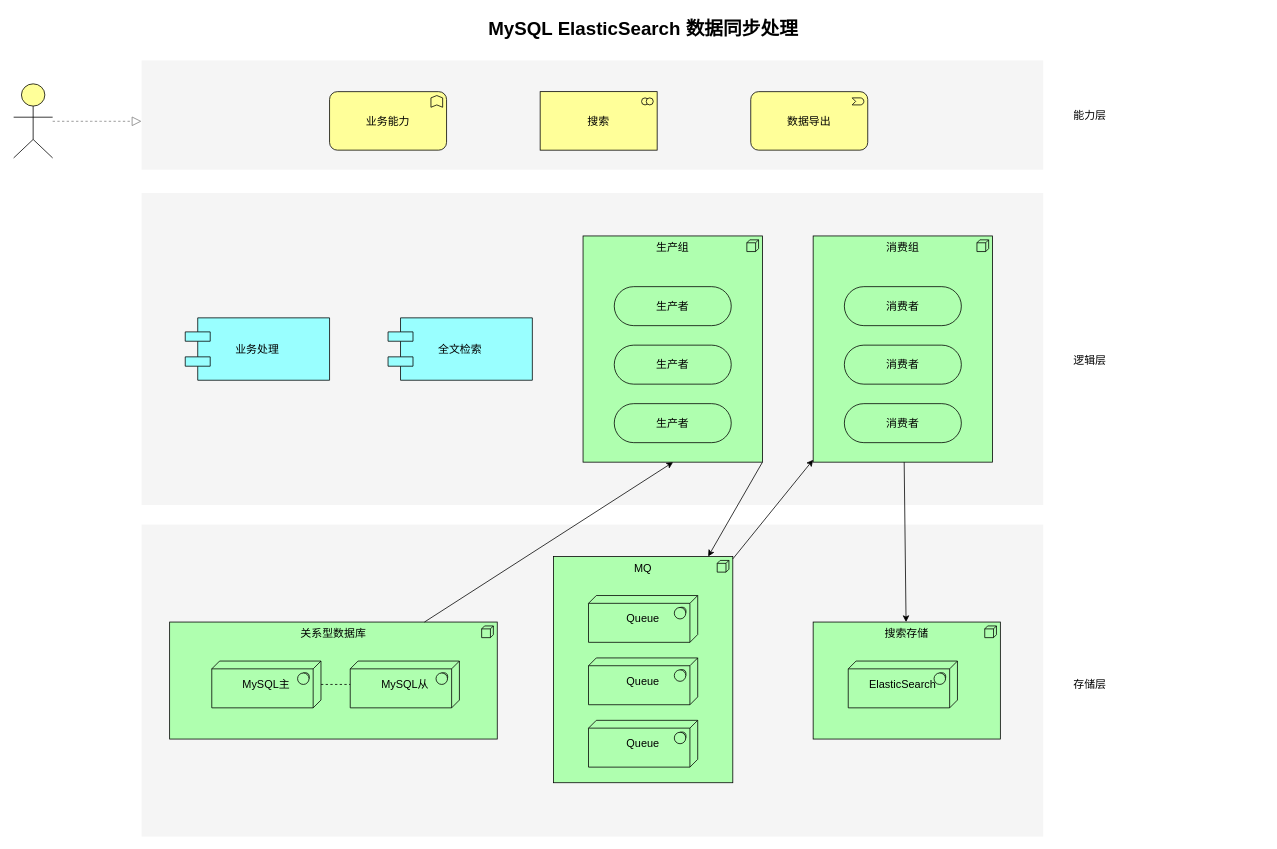
Earlier version of the draw.io diagram ElasticSearch MySQL Sync.drawio (eden2f/diagrams). Source tidied: cells renumbered, new cells numbered last; positions are measured from the earlier drawing's top-left corner, leaving out a move shared by most shapes. Both pictures are drawn from the tidied source at 78%, with x=0, y=0 at pixel (13, 13).
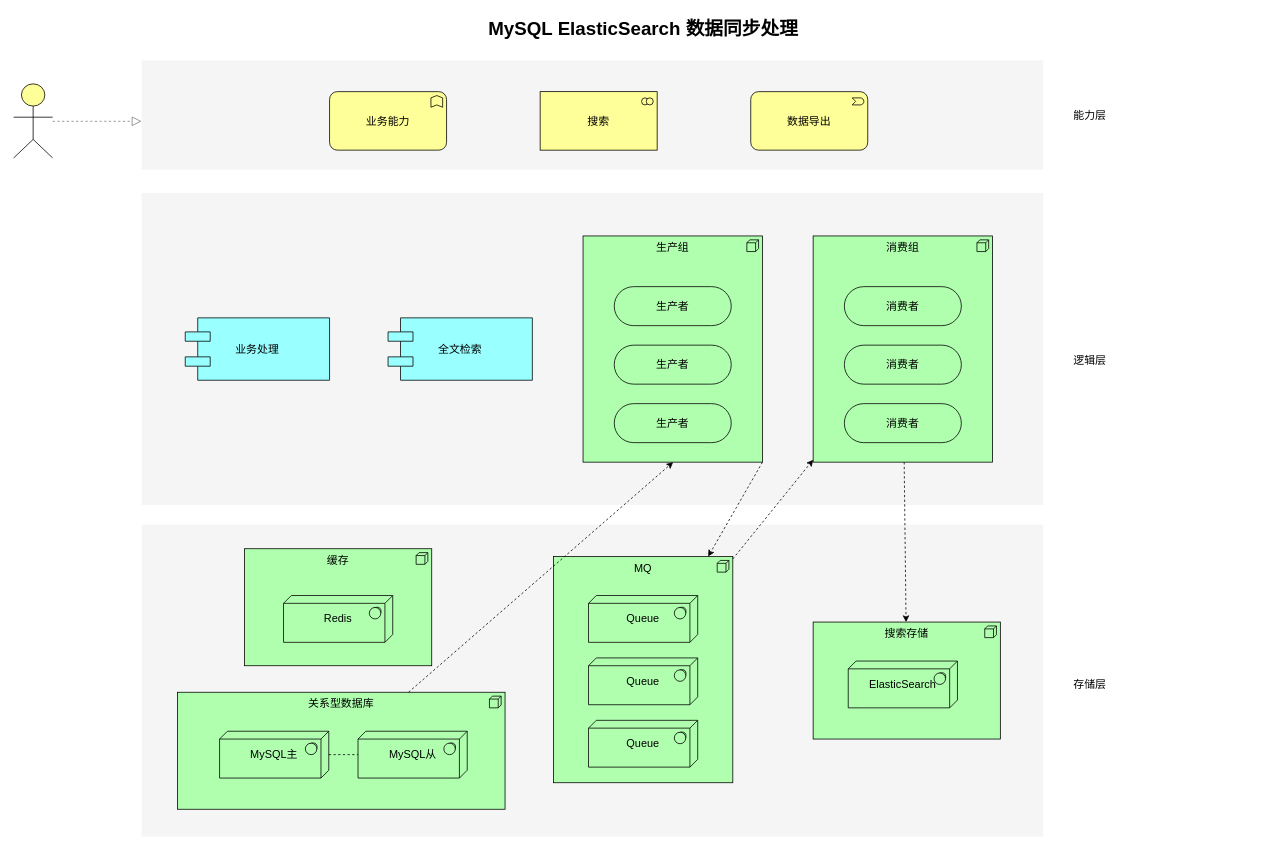
After the change.

Unchanged cells that the change refers to:
```xml
<mxCell id="4" value="消费组" style="html=1;whiteSpace=wrap;shape=mxgraph.archimate3.application;appType=node;archiType=square;fontSize=14;verticalAlign=top;fillColor=#AFFFAF;" parent="1" vertex="1">
  <mxGeometry x="1025" y="285" width="230" height="290" as="geometry" />
</mxCell>
<mxCell id="5" value="搜索存储" style="html=1;whiteSpace=wrap;fillColor=#AFFFAF;shape=mxgraph.archimate3.application;appType=node;archiType=square;fontSize=14;verticalAlign=top;" parent="1" vertex="1">
  <mxGeometry x="1025" y="780" width="240" height="150" as="geometry" />
</mxCell>
<mxCell id="22" value="MQ" style="html=1;whiteSpace=wrap;fillColor=#AFFFAF;shape=mxgraph.archimate3.application;appType=node;archiType=square;fontSize=14;verticalAlign=top;" parent="1" vertex="1">
  <mxGeometry x="692" y="696" width="230" height="290" as="geometry" />
</mxCell>
<mxCell id="29" value="生产组" style="html=1;whiteSpace=wrap;shape=mxgraph.archimate3.application;appType=node;archiType=square;fontSize=14;verticalAlign=top;fillColor=#AFFFAF;" parent="1" vertex="1">
  <mxGeometry x="730" y="285" width="230" height="290" as="geometry" />
</mxCell>
```

What changed in the source:
```diff
@@
     <mxCell id="7" value="关系型数据库" style="html=1;whiteSpace=wrap;fillColor=#AFFFAF;shape=mxgraph.archimate3.application;appType=node;archiType=square;fontSize=14;verticalAlign=top;" parent="1" vertex="1">
-      <mxGeometry x="200" y="780" width="420" height="150" as="geometry" />
+      <mxGeometry x="210" y="870" width="420" height="150" as="geometry" />
     </mxCell>
     <mxCell id="8" value="&lt;div&gt;&lt;/div&gt;MySQL主" style="html=1;whiteSpace=wrap;fillColor=#AFFFAF;shape=mxgraph.archimate3.tech;techType=sysSw;fontSize=14;" parent="1" vertex="1">
-      <mxGeometry x="254" y="830" width="140" height="60" as="geometry" />
+      <mxGeometry x="264" y="920" width="140" height="60" as="geometry" />
     </mxCell>
@@
     <mxCell id="20" value="&lt;div&gt;&lt;/div&gt;MySQL从" style="html=1;whiteSpace=wrap;fillColor=#AFFFAF;shape=mxgraph.archimate3.tech;techType=sysSw;fontSize=14;" parent="1" vertex="1">
-      <mxGeometry x="431.5" y="830" width="140" height="60" as="geometry" />
+      <mxGeometry x="441.5" y="920" width="140" height="60" as="geometry" />
     </mxCell>
@@
-    <mxCell id="26" style="endArrow=classic;html=1;entryX=0.502;entryY=1;entryDx=0;entryDy=0;entryPerimeter=0;" parent="1" edge="1" source="7" target="29">
+    <mxCell id="26" style="endArrow=classic;html=1;entryX=0.502;entryY=1;entryDx=0;entryDy=0;entryPerimeter=0;dashed=1;" parent="1" edge="1" source="7" target="29">
       <mxGeometry relative="1" as="geometry" />
     </mxCell>
-    <mxCell id="27" style="endArrow=classic;html=1;exitX=1;exitY=1;exitDx=0;exitDy=0;exitPerimeter=0;" parent="1" edge="1" source="29" target="22">
+    <mxCell id="27" style="endArrow=classic;html=1;exitX=1;exitY=1;exitDx=0;exitDy=0;exitPerimeter=0;dashed=1;" parent="1" edge="1" source="29" target="22">
       <mxGeometry relative="1" as="geometry" />
     </mxCell>
-    <mxCell id="28" style="endArrow=classic;html=1;" parent="1" edge="1" source="22" target="4">
+    <mxCell id="28" style="endArrow=classic;html=1;dashed=1;" parent="1" edge="1" source="22" target="4">
       <mxGeometry relative="1" as="geometry" />
     </mxCell>
@@
-    <mxCell id="30" style="endArrow=classic;html=1;" parent="1" edge="1" source="4" target="5">
+    <mxCell id="30" style="endArrow=classic;html=1;dashed=1;" parent="1" edge="1" source="4" target="5">
       <mxGeometry relative="1" as="geometry" />
     </mxCell>
@@
+    <mxCell id="38" value="缓存" style="html=1;whiteSpace=wrap;fillColor=#AFFFAF;shape=mxgraph.archimate3.application;appType=node;archiType=square;fontSize=14;verticalAlign=top;" parent="1" vertex="1">
+      <mxGeometry x="296" y="686" width="240" height="150" as="geometry" />
+    </mxCell>
+    <mxCell id="39" value="&lt;div&gt;Redis&lt;/div&gt;" style="html=1;whiteSpace=wrap;fillColor=#AFFFAF;shape=mxgraph.archimate3.tech;techType=sysSw;fontSize=14;" parent="1" vertex="1">
+      <mxGeometry x="346" y="746" width="140" height="60" as="geometry" />
+    </mxCell>
```
